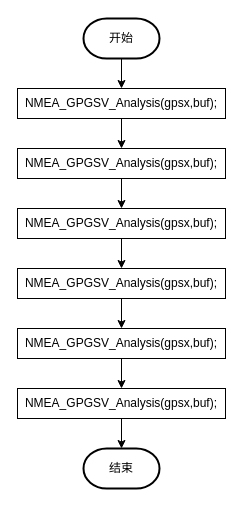
This is NMEA_Analysis_FlowChart.drawio from NYQ2020/StudyTest, a draw.io file, before an edit. Source tidied: cells renumbered, new cells numbered last; positions are measured from the earlier drawing's top-left corner, leaving out a move shared by most shapes. Both pictures are drawn from the tidied source at 100%, with x=0, y=0 at pixel (17, 18).
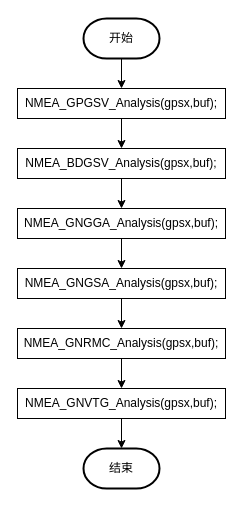
The same diagram, later.

Change to the diagram source:
```diff
@@
 <mxGraphModel>
   <root>
     <mxCell id="0" />
     <mxCell id="1" parent="0" />
     <mxCell id="2" style="edgeStyle=orthogonalEdgeStyle;rounded=0;jettySize=auto;html=1;exitX=0.5;exitY=1;exitDx=0;exitDy=0;exitPerimeter=0;entryX=0.5;entryY=0;entryDx=0;entryDy=0;" parent="1" edge="1" source="3" target="5">
       <mxGeometry relative="1" as="geometry" />
     </mxCell>
     <mxCell id="3" value="开始" style="strokeWidth=2;html=1;shape=mxgraph.flowchart.terminator;whiteSpace=wrap;" parent="1" vertex="1">
       <mxGeometry x="66" width="76" height="40" as="geometry" />
     </mxCell>
     <mxCell id="4" style="edgeStyle=orthogonalEdgeStyle;rounded=0;jettySize=auto;html=1;exitX=0.5;exitY=1;exitDx=0;exitDy=0;entryX=0.5;entryY=0;entryDx=0;entryDy=0;" parent="1" edge="1" source="5" target="7">
       <mxGeometry relative="1" as="geometry" />
     </mxCell>
     <mxCell id="5" value="NMEA_GPGSV_Analysis(gpsx,buf);" style="rounded=0;whiteSpace=wrap;html=1;" parent="1" vertex="1">
       <mxGeometry y="70" width="208" height="30" as="geometry" />
     </mxCell>
     <mxCell id="6" style="edgeStyle=orthogonalEdgeStyle;rounded=0;jettySize=auto;html=1;exitX=0.5;exitY=1;exitDx=0;exitDy=0;entryX=0.5;entryY=0;entryDx=0;entryDy=0;" parent="1" edge="1" source="7" target="9">
       <mxGeometry relative="1" as="geometry" />
     </mxCell>
-    <mxCell id="7" value="NMEA_GPGSV_Analysis(gpsx,buf);" style="rounded=0;whiteSpace=wrap;html=1;" parent="1" vertex="1">
+    <mxCell id="7" value="NMEA_BDGSV_Analysis(gpsx,buf);" style="rounded=0;whiteSpace=wrap;html=1;" parent="1" vertex="1">
       <mxGeometry y="130" width="208" height="30" as="geometry" />
     </mxCell>
     <mxCell id="8" style="edgeStyle=orthogonalEdgeStyle;rounded=0;jettySize=auto;html=1;exitX=0.5;exitY=1;exitDx=0;exitDy=0;" parent="1" edge="1" source="9" target="11">
       <mxGeometry relative="1" as="geometry" />
     </mxCell>
-    <mxCell id="9" value="NMEA_GPGSV_Analysis(gpsx,buf);" style="rounded=0;whiteSpace=wrap;html=1;" parent="1" vertex="1">
+    <mxCell id="9" value="NMEA_GNGGA_Analysis(gpsx,buf);" style="rounded=0;whiteSpace=wrap;html=1;" parent="1" vertex="1">
       <mxGeometry y="190" width="208" height="30" as="geometry" />
     </mxCell>
     <mxCell id="10" style="edgeStyle=orthogonalEdgeStyle;rounded=0;jettySize=auto;html=1;exitX=0.5;exitY=1;exitDx=0;exitDy=0;entryX=0.5;entryY=0;entryDx=0;entryDy=0;" parent="1" edge="1" source="11" target="13">
       <mxGeometry relative="1" as="geometry" />
     </mxCell>
-    <mxCell id="11" value="NMEA_GPGSV_Analysis(gpsx,buf);" style="rounded=0;whiteSpace=wrap;html=1;" parent="1" vertex="1">
+    <mxCell id="11" value="NMEA_GNGSA_Analysis(gpsx,buf);" style="rounded=0;whiteSpace=wrap;html=1;" parent="1" vertex="1">
       <mxGeometry y="250" width="208" height="30" as="geometry" />
     </mxCell>
     <mxCell id="12" style="edgeStyle=orthogonalEdgeStyle;rounded=0;jettySize=auto;html=1;exitX=0.5;exitY=1;exitDx=0;exitDy=0;" parent="1" edge="1" source="13" target="15">
       <mxGeometry relative="1" as="geometry" />
     </mxCell>
-    <mxCell id="13" value="NMEA_GPGSV_Analysis(gpsx,buf);" style="rounded=0;whiteSpace=wrap;html=1;" parent="1" vertex="1">
+    <mxCell id="13" value="NMEA_GNRMC_Analysis(gpsx,buf);" style="rounded=0;whiteSpace=wrap;html=1;" parent="1" vertex="1">
       <mxGeometry y="310" width="208" height="30" as="geometry" />
     </mxCell>
     <mxCell id="14" style="edgeStyle=orthogonalEdgeStyle;rounded=0;jettySize=auto;html=1;exitX=0.5;exitY=1;exitDx=0;exitDy=0;entryX=0.5;entryY=0;entryDx=0;entryDy=0;entryPerimeter=0;" parent="1" edge="1" source="15" target="16">
       <mxGeometry relative="1" as="geometry" />
     </mxCell>
-    <mxCell id="15" value="NMEA_GPGSV_Analysis(gpsx,buf);" style="rounded=0;whiteSpace=wrap;html=1;" parent="1" vertex="1">
+    <mxCell id="15" value="NMEA_GNVTG_Analysis(gpsx,buf);" style="rounded=0;whiteSpace=wrap;html=1;" parent="1" vertex="1">
       <mxGeometry y="370" width="208" height="30" as="geometry" />
     </mxCell>
     <mxCell id="16" value="结束" style="strokeWidth=2;html=1;shape=mxgraph.flowchart.terminator;whiteSpace=wrap;" parent="1" vertex="1">
       <mxGeometry x="66" y="430" width="76" height="40" as="geometry" />
     </mxCell>
   </root>
 </mxGraphModel>
```
